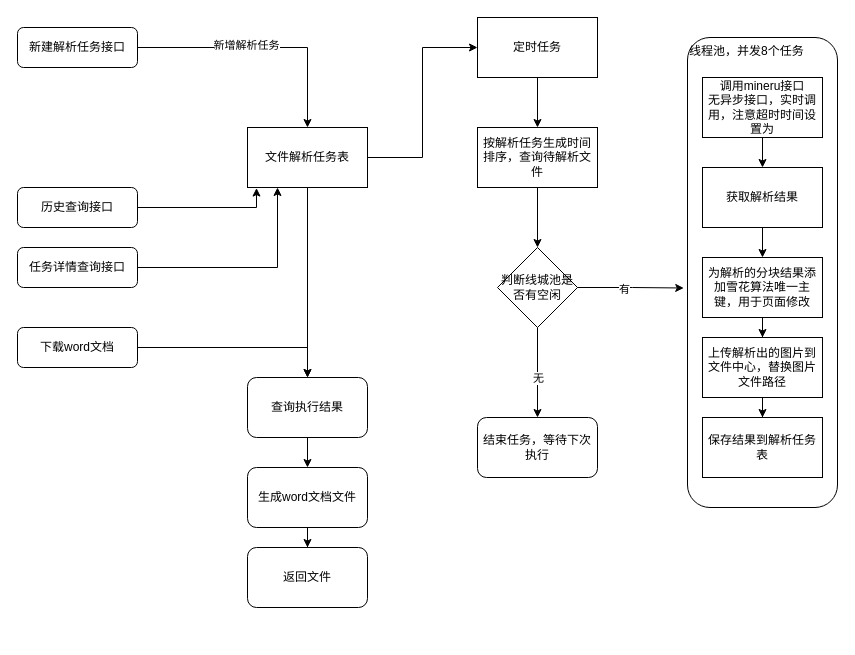
The draw.io diagram 文档解析助手.drawio in krieding/hellogit, before the edit. Source tidied: cells renumbered, new cells numbered last; positions are measured from the earlier drawing's top-left corner, leaving out a move shared by most shapes. Both pictures are drawn from the tidied source at 100%, with x=0, y=0 at pixel (17, 17).
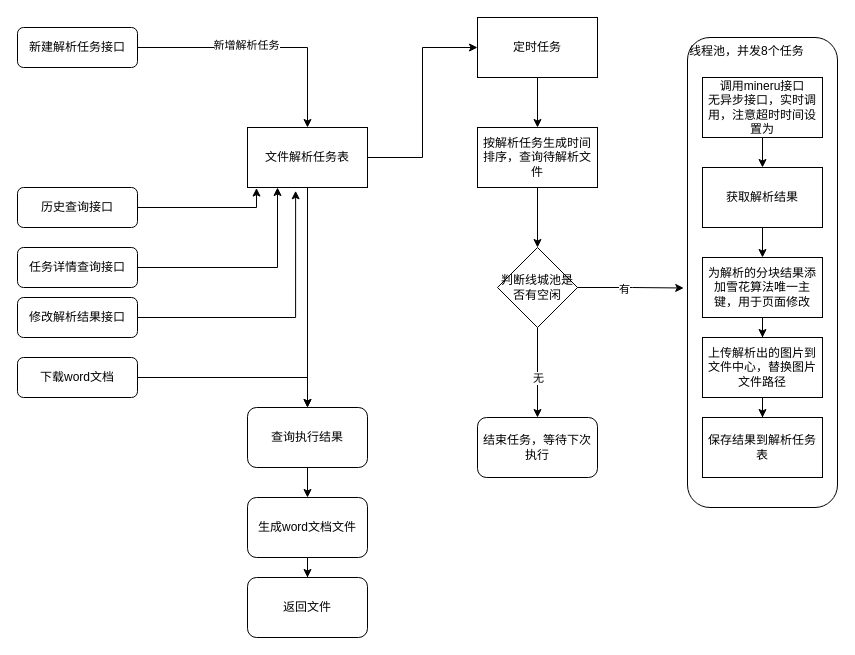
Above is the later version.

Commit message:
更新文档解析助手.drawio

Unchanged cells that the change refers to:
```xml
<mxCell id="12" value="文件解析任务表" style="rounded=0;whiteSpace=wrap;html=1;" parent="1" vertex="1">
  <mxGeometry x="230" y="110" width="120" height="60" as="geometry" />
</mxCell>
```

The edit, as a diff of the source:
```diff
@@
     <mxCell id="9" value="下载word文档" style="rounded=1;whiteSpace=wrap;html=1;fontSize=12;glass=0;strokeWidth=1;shadow=0;" parent="1" vertex="1">
-      <mxGeometry y="310" width="120" height="40" as="geometry" />
+      <mxGeometry y="340" width="120" height="40" as="geometry" />
     </mxCell>
@@
     <mxCell id="34" value="查询执行结果" style="rounded=1;whiteSpace=wrap;html=1;" parent="1" vertex="1">
-      <mxGeometry x="230" y="360" width="120" height="60" as="geometry" />
+      <mxGeometry x="230" y="390" width="120" height="60" as="geometry" />
     </mxCell>
@@
     <mxCell id="36" value="生成word文档文件" style="whiteSpace=wrap;html=1;rounded=1;" parent="1" vertex="1">
-      <mxGeometry x="230" y="450" width="120" height="60" as="geometry" />
+      <mxGeometry x="230" y="480" width="120" height="60" as="geometry" />
     </mxCell>
     <mxCell id="37" value="返回文件" style="whiteSpace=wrap;html=1;rounded=1;" parent="1" vertex="1">
-      <mxGeometry x="230" y="530" width="120" height="60" as="geometry" />
+      <mxGeometry x="230" y="560" width="120" height="60" as="geometry" />
     </mxCell>
@@
+    <mxCell id="40" value="修改解析结果接口" style="rounded=1;whiteSpace=wrap;html=1;fontSize=12;glass=0;strokeWidth=1;shadow=0;" parent="1" vertex="1">
+      <mxGeometry y="280" width="120" height="40" as="geometry" />
+    </mxCell>
+    <mxCell id="41" style="edgeStyle=orthogonalEdgeStyle;rounded=0;jettySize=auto;html=1;entryX=0.401;entryY=1.055;entryDx=0;entryDy=0;entryPerimeter=0;" parent="1" edge="1" source="40" target="12">
+      <mxGeometry relative="1" as="geometry" />
+    </mxCell>
```
